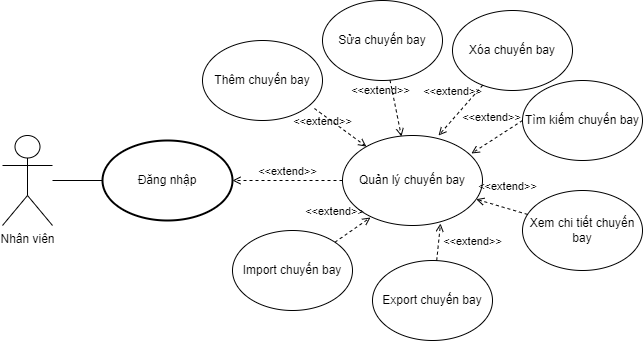
Above: Báo Cáo/Diagram/Usecase/usecase_chuyenbay.png in Kindaichicao/plane-ticket (draw.io), before the change. Source tidied: cells renumbered, new cells last; positions are measured from the earlier drawing's top-left corner, leaving out a move shared by most shapes. The source it was exported from:
```xml
<mxGraphModel>
  <root>
    <mxCell id="0" />
    <mxCell id="1" parent="0" />
    <mxCell id="2" value="Đăng nhập" style="strokeWidth=2;html=1;shape=mxgraph.flowchart.start_1;whiteSpace=wrap;" parent="1" vertex="1">
      <mxGeometry x="100" y="140" width="130" height="80" as="geometry" />
    </mxCell>
    <mxCell id="3" value="Nhân viên" style="shape=umlActor;verticalLabelPosition=bottom;verticalAlign=top;html=1;outlineConnect=0;" parent="1" vertex="1">
      <mxGeometry y="135" width="50" height="90" as="geometry" />
    </mxCell>
    <mxCell id="4" style="endArrow=none;html=1;rounded=0;entryX=0;entryY=0.5;entryDx=0;entryDy=0;entryPerimeter=0;" parent="1" edge="1" source="3" target="2">
      <mxGeometry relative="1" as="geometry" />
    </mxCell>
    <mxCell id="5" value="Quản lý chuyến bay" style="ellipse;whiteSpace=wrap;html=1;" parent="1" vertex="1">
      <mxGeometry x="340" y="135" width="140" height="90" as="geometry" />
    </mxCell>
    <mxCell id="6" value="Thêm chuyến bay" style="ellipse;whiteSpace=wrap;html=1;" parent="1" vertex="1">
      <mxGeometry x="200" y="40" width="120" height="80" as="geometry" />
    </mxCell>
    <mxCell id="7" value="Sửa chuyến bay" style="ellipse;whiteSpace=wrap;html=1;" parent="1" vertex="1">
      <mxGeometry x="320" width="120" height="80" as="geometry" />
    </mxCell>
    <mxCell id="8" value="Xóa chuyến bay" style="ellipse;whiteSpace=wrap;html=1;" parent="1" vertex="1">
      <mxGeometry x="450" y="10" width="120" height="80" as="geometry" />
    </mxCell>
    <mxCell id="9" value="Tìm kiếm chuyến bay" style="ellipse;whiteSpace=wrap;html=1;" parent="1" vertex="1">
      <mxGeometry x="520" y="80" width="120" height="80" as="geometry" />
    </mxCell>
    <mxCell id="10" value="Xem chi tiết chuyến bay" style="ellipse;whiteSpace=wrap;html=1;" parent="1" vertex="1">
      <mxGeometry x="520" y="190" width="120" height="80" as="geometry" />
    </mxCell>
    <mxCell id="11" value="Import chuyến bay" style="ellipse;whiteSpace=wrap;html=1;" parent="1" vertex="1">
      <mxGeometry x="230" y="230" width="120" height="80" as="geometry" />
    </mxCell>
    <mxCell id="12" value="Export chuyến bay" style="ellipse;whiteSpace=wrap;html=1;" parent="1" vertex="1">
      <mxGeometry x="370" y="260" width="120" height="80" as="geometry" />
    </mxCell>
    <mxCell id="13" value="&amp;lt;&amp;lt;extend&amp;gt;&amp;gt;" style="html=1;verticalAlign=bottom;labelBackgroundColor=none;endArrow=open;endFill=0;dashed=1;rounded=0;entryX=1;entryY=0.5;entryDx=0;entryDy=0;entryPerimeter=0;exitX=0;exitY=0.5;exitDx=0;exitDy=0;" parent="1" edge="1" source="5" target="2">
      <mxGeometry relative="1" as="geometry" />
    </mxCell>
    <mxCell id="14" value="&amp;lt;&amp;lt;extend&amp;gt;&amp;gt;" style="html=1;verticalAlign=bottom;labelBackgroundColor=none;endArrow=open;endFill=0;dashed=1;rounded=0;exitX=0.933;exitY=0.85;exitDx=0;exitDy=0;exitPerimeter=0;" parent="1" edge="1" source="6" target="5">
      <mxGeometry x="-0.39" y="-13" relative="1" as="geometry" />
    </mxCell>
    <mxCell id="15" value="&amp;lt;&amp;lt;extend&amp;gt;&amp;gt;" style="html=1;verticalAlign=bottom;labelBackgroundColor=none;endArrow=open;endFill=0;dashed=1;rounded=0;entryX=0.421;entryY=0.011;entryDx=0;entryDy=0;entryPerimeter=0;" parent="1" edge="1" source="7" target="5">
      <mxGeometry x="-0.39" y="-13" relative="1" as="geometry" />
    </mxCell>
    <mxCell id="16" value="&amp;lt;&amp;lt;extend&amp;gt;&amp;gt;" style="html=1;verticalAlign=bottom;labelBackgroundColor=none;endArrow=open;endFill=0;dashed=1;rounded=0;entryX=0.686;entryY=0;entryDx=0;entryDy=0;entryPerimeter=0;" parent="1" edge="1" source="8" target="5">
      <mxGeometry x="-0.06" y="-13" relative="1" as="geometry">
        <mxPoint y="1" as="offset" />
      </mxGeometry>
    </mxCell>
    <mxCell id="17" value="&amp;lt;&amp;lt;extend&amp;gt;&amp;gt;" style="html=1;verticalAlign=bottom;labelBackgroundColor=none;endArrow=open;endFill=0;dashed=1;rounded=0;entryX=0.921;entryY=0.2;entryDx=0;entryDy=0;entryPerimeter=0;exitX=0;exitY=0.5;exitDx=0;exitDy=0;" parent="1" edge="1" source="9" target="5">
      <mxGeometry x="-0.06" y="-13" relative="1" as="geometry">
        <mxPoint y="1" as="offset" />
      </mxGeometry>
    </mxCell>
    <mxCell id="18" value="&amp;lt;&amp;lt;extend&amp;gt;&amp;gt;" style="html=1;verticalAlign=bottom;labelBackgroundColor=none;endArrow=open;endFill=0;dashed=1;rounded=0;" parent="1" edge="1" source="10" target="5">
      <mxGeometry x="-0.06" y="-13" relative="1" as="geometry">
        <mxPoint y="1" as="offset" />
      </mxGeometry>
    </mxCell>
    <mxCell id="19" value="&amp;lt;&amp;lt;extend&amp;gt;&amp;gt;" style="html=1;verticalAlign=bottom;labelBackgroundColor=none;endArrow=open;endFill=0;dashed=1;rounded=0;entryX=0.7;entryY=0.978;entryDx=0;entryDy=0;entryPerimeter=0;" parent="1" edge="1" source="12" target="5">
      <mxGeometry x="-0.27" y="-35" relative="1" as="geometry" />
    </mxCell>
    <mxCell id="20" value="&amp;lt;&amp;lt;extend&amp;gt;&amp;gt;" style="html=1;verticalAlign=bottom;labelBackgroundColor=none;endArrow=open;endFill=0;dashed=1;rounded=0;entryX=0.2;entryY=0.911;entryDx=0;entryDy=0;entryPerimeter=0;exitX=1;exitY=0;exitDx=0;exitDy=0;" parent="1" edge="1" source="11" target="5">
      <mxGeometry x="-0.43" y="18" relative="1" as="geometry" />
    </mxCell>
  </root>
</mxGraphModel>
```
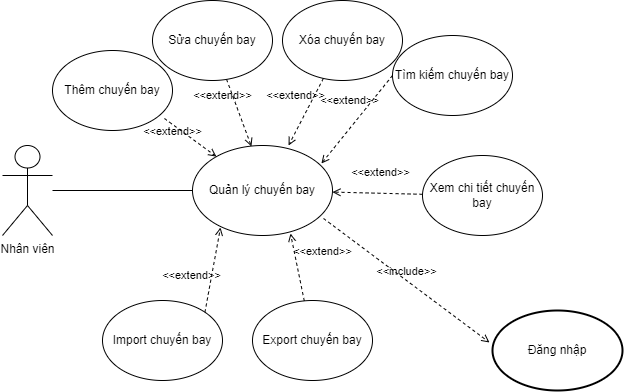
After the change.

Commit message:
[Modified]: Update DFD and Usecase

The edit, as a diff of the source:
```diff
@@ -3,41 +3,35 @@
     <mxCell id="0" />
     <mxCell id="1" parent="0" />
     <mxCell id="2" value="Đăng nhập" style="strokeWidth=2;html=1;shape=mxgraph.flowchart.start_1;whiteSpace=wrap;" parent="1" vertex="1">
-      <mxGeometry x="100" y="140" width="130" height="80" as="geometry" />
+      <mxGeometry x="490" y="300" width="130" height="80" as="geometry" />
     </mxCell>
     <mxCell id="3" value="Nhân viên" style="shape=umlActor;verticalLabelPosition=bottom;verticalAlign=top;html=1;outlineConnect=0;" parent="1" vertex="1">
       <mxGeometry y="135" width="50" height="90" as="geometry" />
     </mxCell>
-    <mxCell id="4" style="endArrow=none;html=1;rounded=0;entryX=0;entryY=0.5;entryDx=0;entryDy=0;entryPerimeter=0;" parent="1" edge="1" source="3" target="2">
-      <mxGeometry relative="1" as="geometry" />
-    </mxCell>
     <mxCell id="5" value="Quản lý chuyến bay" style="ellipse;whiteSpace=wrap;html=1;" parent="1" vertex="1">
-      <mxGeometry x="340" y="135" width="140" height="90" as="geometry" />
+      <mxGeometry x="190" y="135" width="140" height="90" as="geometry" />
     </mxCell>
     <mxCell id="6" value="Thêm chuyến bay" style="ellipse;whiteSpace=wrap;html=1;" parent="1" vertex="1">
-      <mxGeometry x="200" y="40" width="120" height="80" as="geometry" />
+      <mxGeometry x="50" y="40" width="120" height="80" as="geometry" />
     </mxCell>
     <mxCell id="7" value="Sửa chuyến bay" style="ellipse;whiteSpace=wrap;html=1;" parent="1" vertex="1">
-      <mxGeometry x="320" width="120" height="80" as="geometry" />
+      <mxGeometry x="150" y="-10" width="120" height="80" as="geometry" />
     </mxCell>
     <mxCell id="8" value="Xóa chuyến bay" style="ellipse;whiteSpace=wrap;html=1;" parent="1" vertex="1">
-      <mxGeometry x="450" y="10" width="120" height="80" as="geometry" />
+      <mxGeometry x="280" y="-10" width="120" height="80" as="geometry" />
     </mxCell>
     <mxCell id="9" value="Tìm kiếm chuyến bay" style="ellipse;whiteSpace=wrap;html=1;" parent="1" vertex="1">
-      <mxGeometry x="520" y="80" width="120" height="80" as="geometry" />
+      <mxGeometry x="390" y="25" width="120" height="80" as="geometry" />
     </mxCell>
     <mxCell id="10" value="Xem chi tiết chuyến bay" style="ellipse;whiteSpace=wrap;html=1;" parent="1" vertex="1">
-      <mxGeometry x="520" y="190" width="120" height="80" as="geometry" />
+      <mxGeometry x="420" y="145" width="120" height="80" as="geometry" />
     </mxCell>
     <mxCell id="11" value="Import chuyến bay" style="ellipse;whiteSpace=wrap;html=1;" parent="1" vertex="1">
-      <mxGeometry x="230" y="230" width="120" height="80" as="geometry" />
+      <mxGeometry x="100" y="290" width="120" height="80" as="geometry" />
     </mxCell>
     <mxCell id="12" value="Export chuyến bay" style="ellipse;whiteSpace=wrap;html=1;" parent="1" vertex="1">
-      <mxGeometry x="370" y="260" width="120" height="80" as="geometry" />
+      <mxGeometry x="250" y="290" width="120" height="80" as="geometry" />
     </mxCell>
-    <mxCell id="13" value="&amp;lt;&amp;lt;extend&amp;gt;&amp;gt;" style="html=1;verticalAlign=bottom;labelBackgroundColor=none;endArrow=open;endFill=0;dashed=1;rounded=0;entryX=1;entryY=0.5;entryDx=0;entryDy=0;entryPerimeter=0;exitX=0;exitY=0.5;exitDx=0;exitDy=0;" parent="1" edge="1" source="5" target="2">
-      <mxGeometry relative="1" as="geometry" />
-    </mxCell>
     <mxCell id="14" value="&amp;lt;&amp;lt;extend&amp;gt;&amp;gt;" style="html=1;verticalAlign=bottom;labelBackgroundColor=none;endArrow=open;endFill=0;dashed=1;rounded=0;exitX=0.933;exitY=0.85;exitDx=0;exitDy=0;exitPerimeter=0;" parent="1" edge="1" source="6" target="5">
       <mxGeometry x="-0.39" y="-13" relative="1" as="geometry" />
     </mxCell>
@@ -60,10 +54,18 @@
       </mxGeometry>
     </mxCell>
     <mxCell id="19" value="&amp;lt;&amp;lt;extend&amp;gt;&amp;gt;" style="html=1;verticalAlign=bottom;labelBackgroundColor=none;endArrow=open;endFill=0;dashed=1;rounded=0;entryX=0.7;entryY=0.978;entryDx=0;entryDy=0;entryPerimeter=0;" parent="1" edge="1" source="12" target="5">
-      <mxGeometry x="-0.27" y="-35" relative="1" as="geometry" />
+      <mxGeometry x="0.04" y="-26" relative="1" as="geometry" />
     </mxCell>
     <mxCell id="20" value="&amp;lt;&amp;lt;extend&amp;gt;&amp;gt;" style="html=1;verticalAlign=bottom;labelBackgroundColor=none;endArrow=open;endFill=0;dashed=1;rounded=0;entryX=0.2;entryY=0.911;entryDx=0;entryDy=0;entryPerimeter=0;exitX=1;exitY=0;exitDx=0;exitDy=0;" parent="1" edge="1" source="11" target="5">
       <mxGeometry x="-0.43" y="18" relative="1" as="geometry" />
     </mxCell>
+    <mxCell id="13" value="&amp;lt;&amp;lt;include&amp;gt;&amp;gt;" style="html=1;verticalAlign=bottom;labelBackgroundColor=none;endArrow=open;endFill=0;dashed=1;rounded=0;exitX=0.936;exitY=0.811;exitDx=0;exitDy=0;exitPerimeter=0;entryX=-0.023;entryY=0.4;entryDx=0;entryDy=0;entryPerimeter=0;" parent="1" edge="1" source="5" target="2">
+      <mxGeometry relative="1" as="geometry" />
+    </mxCell>
+    <mxCell id="21" style="endArrow=none;html=1;rounded=0;" parent="1" edge="1" source="3">
+      <mxGeometry relative="1" as="geometry">
+        <mxPoint x="190" y="180" as="targetPoint" />
+      </mxGeometry>
+    </mxCell>
   </root>
 </mxGraphModel>
```
